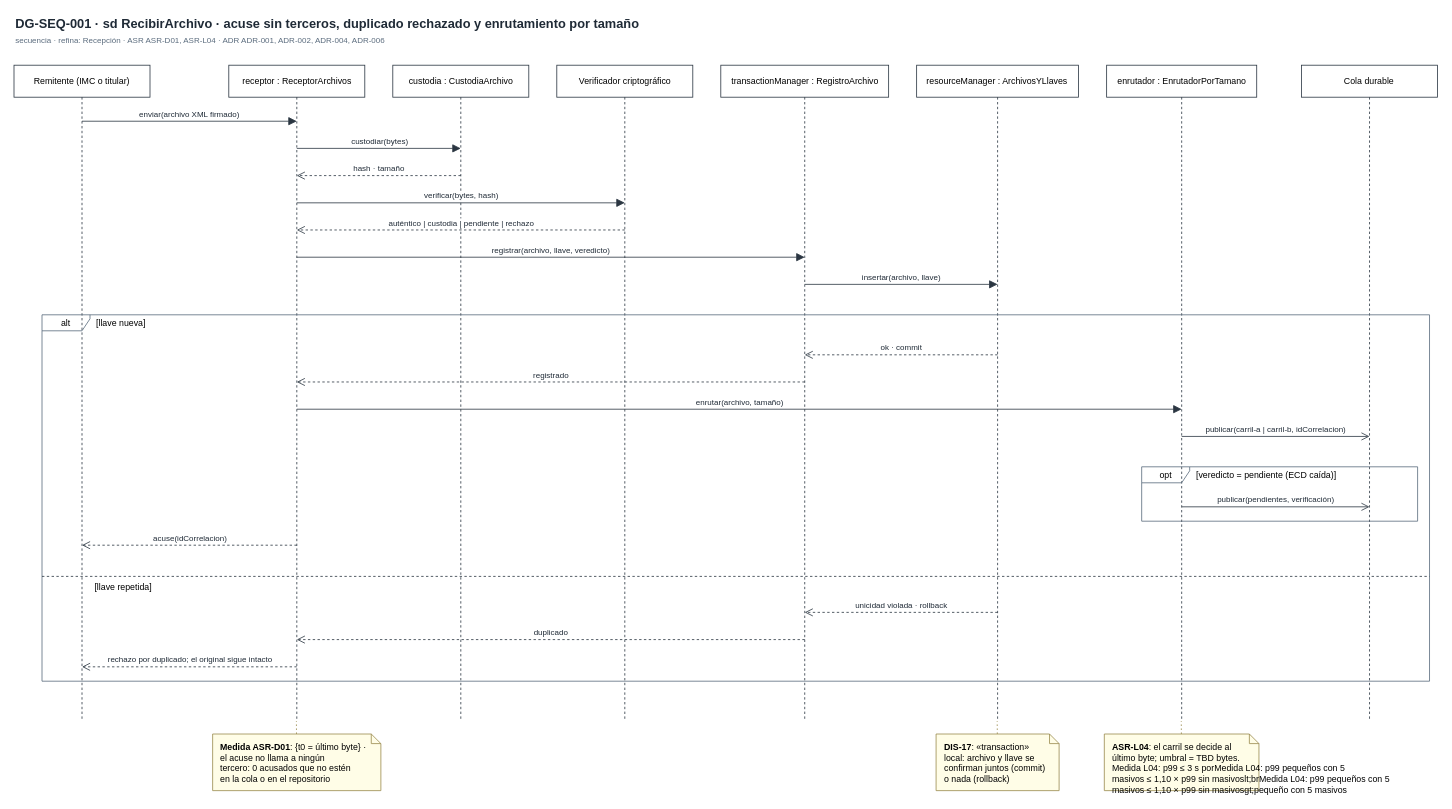
Above: page "DG-SEQ-001 · Recepción (secuencia interna)" (2 of 4) of docs/modelos/drawio/vista-concurrencia.drawio in MATI-MBIT/arqsoft-reto-4 (draw.io), before the change. Source tidied: cells renumbered, new cells numbered last; positions are measured from the earlier drawing's top-left corner, leaving out a move shared by most shapes. Both pictures are drawn from the tidied source at 80%, with x=0, y=0 at pixel (14, 14).
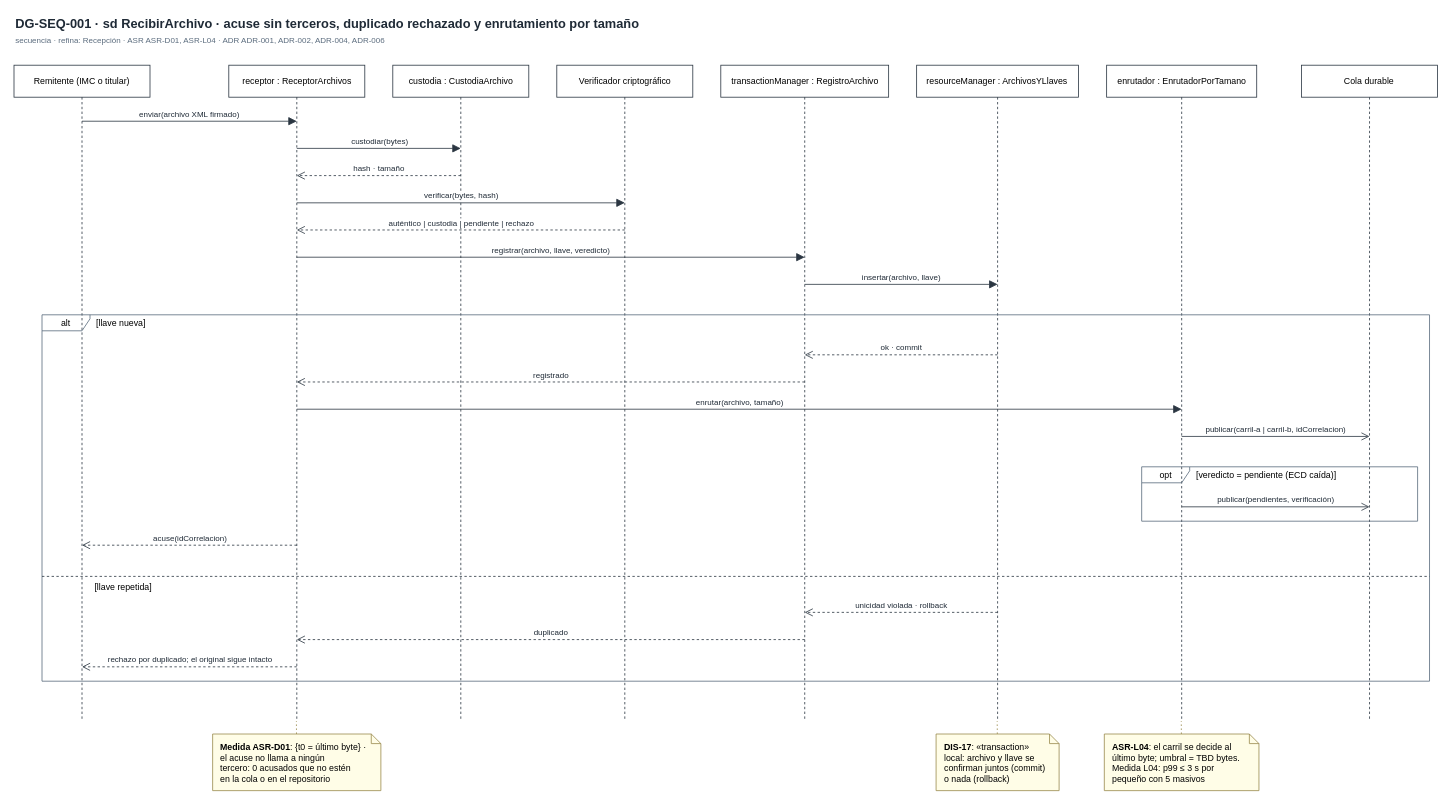
The same page after the edit.

Commit message:
Repara el rótulo de la medida de L04 en DG-CON-001

Diff of the diagram source:
```diff
@@
-    <mxCell id="38" value="&lt;b&gt;ASR-L04&lt;/b&gt;: el carril se decide al&lt;br&gt;último byte; umbral = TBD bytes.&lt;br&gt;Medida L04: p99 ≤ 3 s porMedida L04: p99 pequeños con 5&lt;br&gt;masivos ≤ 1,10 × p99 sin masivoslt;brMedida L04: p99 pequeños con 5&lt;br&gt;masivos ≤ 1,10 × p99 sin masivosgt;pequeño con 5 masivos" style="shape=note;html=1;size=12;fontSize=11;align=left;verticalAlign=top;spacingLeft=8;spacingRight=14;spacingTop=4;fillColor=#FFFDE7;strokeColor=#9A8B4F;fila=C11;" parent="1" vertex="1">
+    <mxCell id="38" value="&lt;b&gt;ASR-L04&lt;/b&gt;: el carril se decide al&lt;br&gt;último byte; umbral = TBD bytes.&lt;br&gt;Medida L04: p99 ≤ 3 s por&lt;br&gt;pequeño con 5 masivos" style="shape=note;html=1;size=12;fontSize=11;align=left;verticalAlign=top;spacingLeft=8;spacingRight=14;spacingTop=4;fillColor=#FFFDE7;strokeColor=#9A8B4F;fila=C11;" parent="1" vertex="1">
       <mxGeometry x="1362.9" y="900" width="193.3" height="70.8" as="geometry" />
     </mxCell>
```
